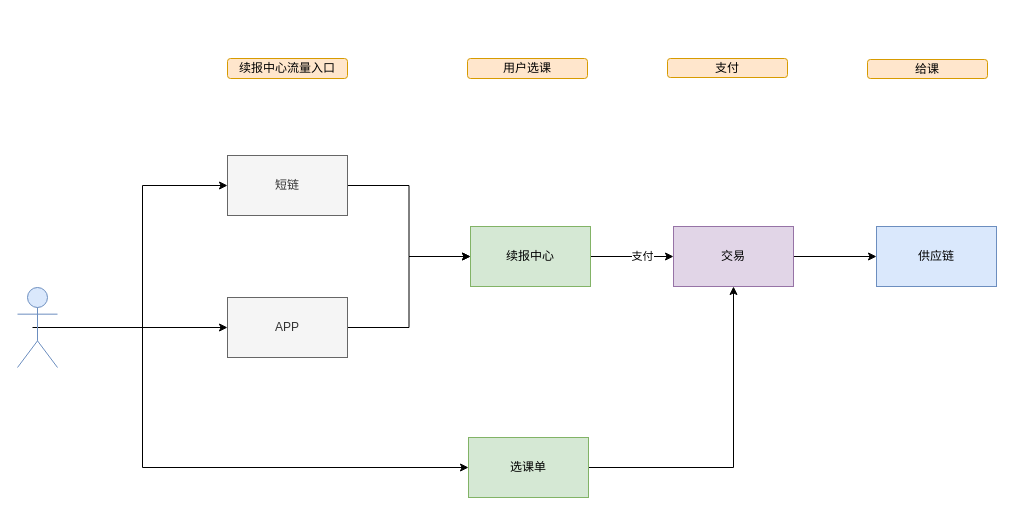
Above: xiwang/续报链路.drawio in LanSeTianYe/draw (draw.io), before the change. Source tidied: cells renumbered, new cells numbered last; positions are measured from the earlier drawing's top-left corner, leaving out a move shared by most shapes. Both pictures are drawn from the tidied source at 100%, with x=0, y=0 at pixel (17, 58).
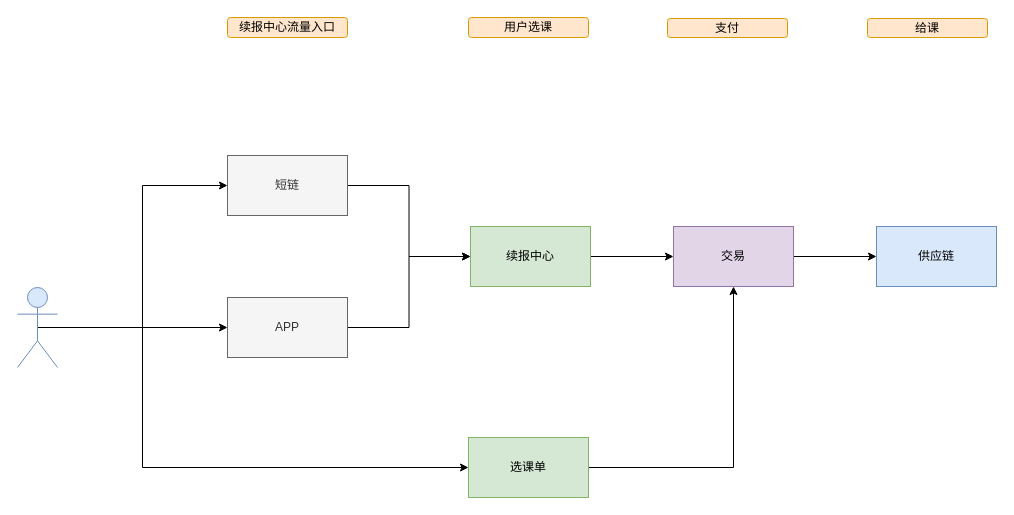
After the change.

Commit message:
更新续报链路.drawio

Unchanged cells that the change refers to:
```xml
<mxCell id="2" style="edgeStyle=orthogonalEdgeStyle;rounded=0;jettySize=auto;html=1;exitX=1;exitY=0.5;exitDx=0;exitDy=0;" parent="1" edge="1" source="4" target="10">
  <mxGeometry relative="1" as="geometry" />
</mxCell>
<mxCell id="17" value="选课单" style="rounded=0;whiteSpace=wrap;html=1;fillColor=#d5e8d4;strokeColor=#82b366;" parent="1" vertex="1">
  <mxGeometry x="451" y="379" width="120" height="60" as="geometry" />
</mxCell>
```

What changed in the source:
```diff
@@
-    <mxCell id="3" value="支付" style="edgeLabel;html=1;align=center;verticalAlign=middle;" parent="2" vertex="1">
-      <mxGeometry x="0.23" y="1" relative="1" as="geometry" />
-    </mxCell>
@@
-    <mxCell id="14" style="edgeStyle=orthogonalEdgeStyle;rounded=0;jettySize=auto;html=1;exitX=0.5;exitY=0.5;exitDx=0;exitDy=0;exitPerimeter=0;entryX=0;entryY=0.5;entryDx=0;entryDy=0;" parent="1" edge="1" target="17">
+    <mxCell id="14" style="edgeStyle=orthogonalEdgeStyle;rounded=0;jettySize=auto;html=1;entryX=0;entryY=0.5;entryDx=0;entryDy=0;" parent="1" edge="1" target="17">
       <mxGeometry relative="1" as="geometry">
-        <mxPoint x="15" y="269" as="sourcePoint" />
+        <mxPoint x="40" y="269" as="sourcePoint" />
         <Array as="points">
           <mxPoint x="125" y="269" />
           <mxPoint x="125" y="409" />
         </Array>
       </mxGeometry>
     </mxCell>
@@
     <mxCell id="18" value="&lt;span style=&quot;text-wrap: nowrap;&quot;&gt;续报中心流量入口&lt;/span&gt;" style="rounded=1;whiteSpace=wrap;html=1;fillColor=#ffe6cc;strokeColor=#d79b00;" parent="1" vertex="1">
-      <mxGeometry x="210" width="120" height="20" as="geometry" />
+      <mxGeometry x="210" y="-41" width="120" height="20" as="geometry" />
     </mxCell>
     <mxCell id="19" value="&lt;span style=&quot;text-wrap: nowrap;&quot;&gt;用户选课&lt;/span&gt;" style="rounded=1;whiteSpace=wrap;html=1;fillColor=#ffe6cc;strokeColor=#d79b00;" parent="1" vertex="1">
-      <mxGeometry x="450" width="120" height="20" as="geometry" />
+      <mxGeometry x="451" y="-41" width="120" height="20" as="geometry" />
     </mxCell>
     <mxCell id="20" value="&lt;span style=&quot;text-wrap: nowrap;&quot;&gt;支付&lt;/span&gt;" style="rounded=1;whiteSpace=wrap;html=1;fillColor=#ffe6cc;strokeColor=#d79b00;" parent="1" vertex="1">
-      <mxGeometry x="650" width="120" height="19" as="geometry" />
+      <mxGeometry x="650" y="-40" width="120" height="19" as="geometry" />
     </mxCell>
     <mxCell id="21" value="&lt;span style=&quot;text-wrap: nowrap;&quot;&gt;给课&lt;/span&gt;" style="rounded=1;whiteSpace=wrap;html=1;fillColor=#ffe6cc;strokeColor=#d79b00;" parent="1" vertex="1">
-      <mxGeometry x="850" y="1" width="120" height="19" as="geometry" />
+      <mxGeometry x="850" y="-40" width="120" height="19" as="geometry" />
     </mxCell>
```
